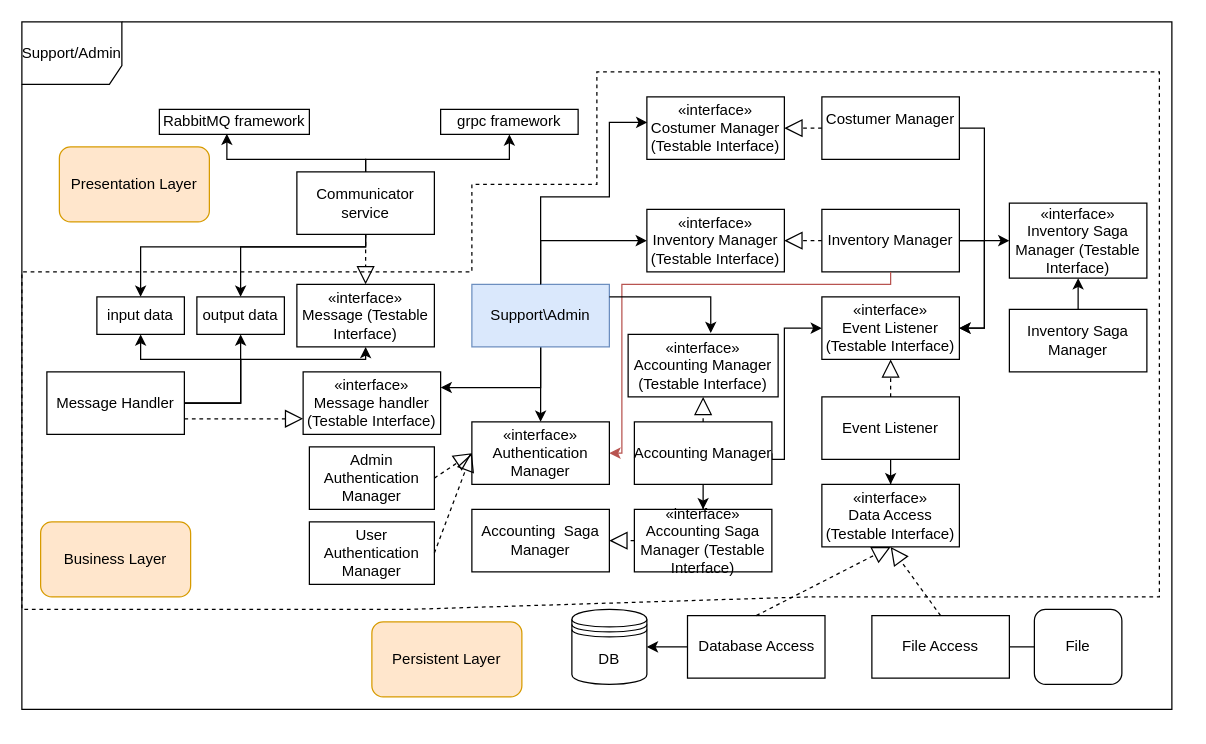
This is Project/diagram/Support-microservice/ModuleView-SupportAdmin-diagram.drawio from nima7997/application-architecture, a draw.io file, before an edit. Source tidied: cells renumbered, new cells numbered last; positions are measured from the earlier drawing's top-left corner, leaving out a move shared by most shapes. Both pictures are drawn from the tidied source at 125%, with x=0, y=0 at pixel (21, 21).
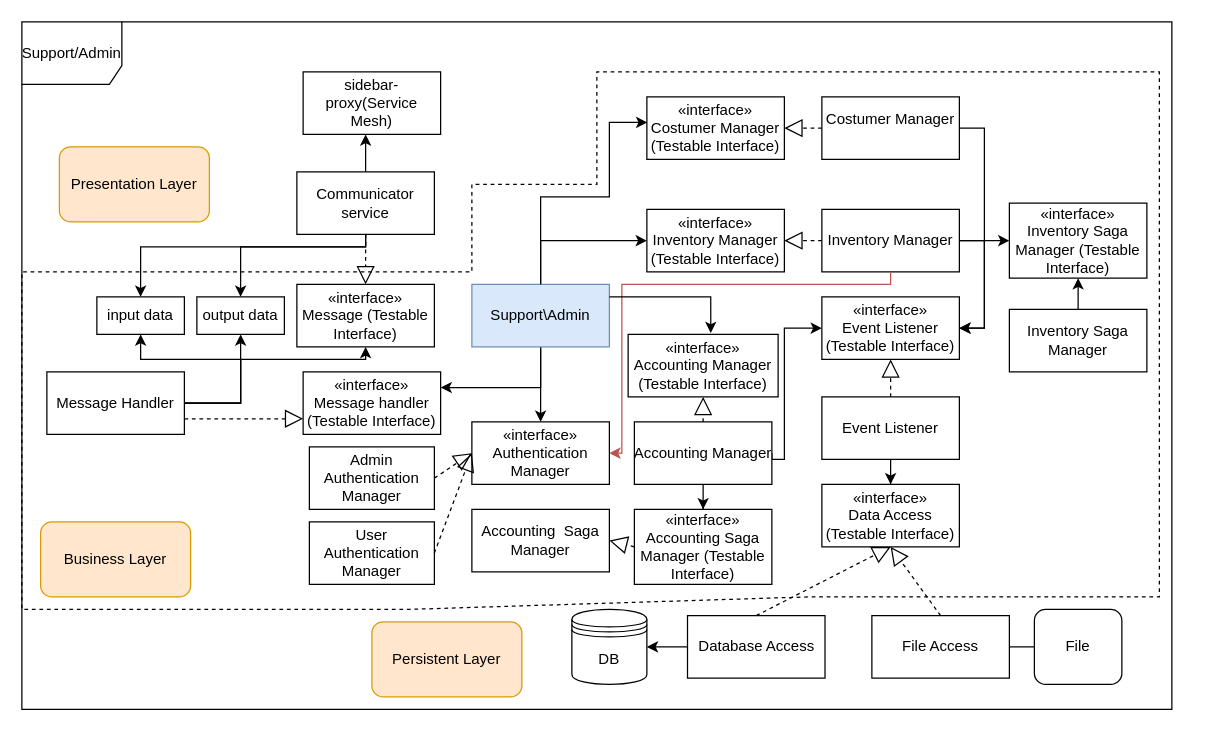
The same page after the edit.

Commit message (it also covers changes not shown here):
Finish Authentication micro-service

Unchanged cells that the change refers to:
```xml
<mxCell id="2" style="group;" parent="1" vertex="1">
  <mxGeometry width="930" height="560" as="geometry" />
</mxCell>
<mxCell id="8" value="Communicator service" style="html=1;whiteSpace=wrap;" parent="2" vertex="1">
  <mxGeometry x="220" y="120" width="110" height="50" as="geometry" />
</mxCell>
```

Diff of the diagram source:
```diff
@@
-    <mxCell id="3" value="grpc framework" style="html=1;whiteSpace=wrap;" parent="2" vertex="1">
-      <mxGeometry x="335" y="70" width="110" height="20" as="geometry" />
-    </mxCell>
-    <mxCell id="4" value="RabbitMQ framework" style="html=1;whiteSpace=wrap;" parent="2" vertex="1">
-      <mxGeometry x="110" y="70" width="120" height="20" as="geometry" />
-    </mxCell>
-    <mxCell id="5" style="edgeStyle=orthogonalEdgeStyle;rounded=0;jettySize=auto;html=1;entryX=0.5;entryY=1;entryDx=0;entryDy=0;" parent="2" edge="1" source="8" target="3">
+    <mxCell id="5" style="edgeStyle=orthogonalEdgeStyle;rounded=0;jettySize=auto;html=1;" parent="2" edge="1" source="8">
       <mxGeometry relative="1" as="geometry">
+        <mxPoint x="275" y="90" as="targetPoint" />
         <Array as="points">
-          <mxPoint x="275" y="110" />
-          <mxPoint x="390" y="110" />
+          <mxPoint x="275" y="90" />
         </Array>
       </mxGeometry>
     </mxCell>
@@
-    <mxCell id="9" style="edgeStyle=orthogonalEdgeStyle;rounded=0;jettySize=auto;html=1;entryX=0.45;entryY=0.976;entryDx=0;entryDy=0;entryPerimeter=0;" parent="2" edge="1" source="8" target="4">
-      <mxGeometry relative="1" as="geometry">
-        <Array as="points">
-          <mxPoint x="275" y="110" />
-          <mxPoint x="164" y="110" />
-        </Array>
-      </mxGeometry>
-    </mxCell>
@@
     <mxCell id="46" value="«interface»&lt;br&gt;Accounting&amp;nbsp;Saga Manager (Testable Interface)" style="html=1;whiteSpace=wrap;" parent="2" vertex="1">
-      <mxGeometry x="490" y="390" width="110" height="50" as="geometry" />
+      <mxGeometry x="490" y="390" width="110" height="60" as="geometry" />
     </mxCell>
@@
+    <mxCell id="70" value="sidebar-proxy(Service Mesh)" style="html=1;whiteSpace=wrap;" parent="2" vertex="1">
+      <mxGeometry x="225" y="40" width="110" height="50" as="geometry" />
+    </mxCell>
```
